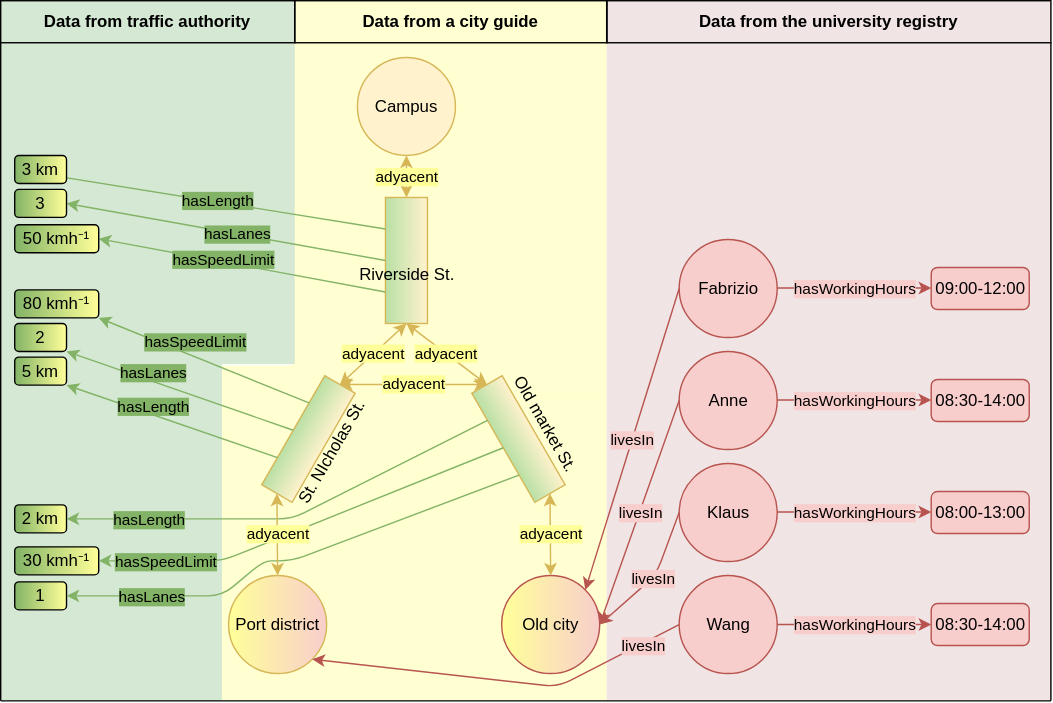
Before: docs/source/_static/img/mergedlinkeddata.svg, a diagram exported from draw.io (simphony/docs). Source tidied: cells renumbered, new cells last; positions are measured from the earlier drawing's top-left corner, leaving out a move shared by most shapes.
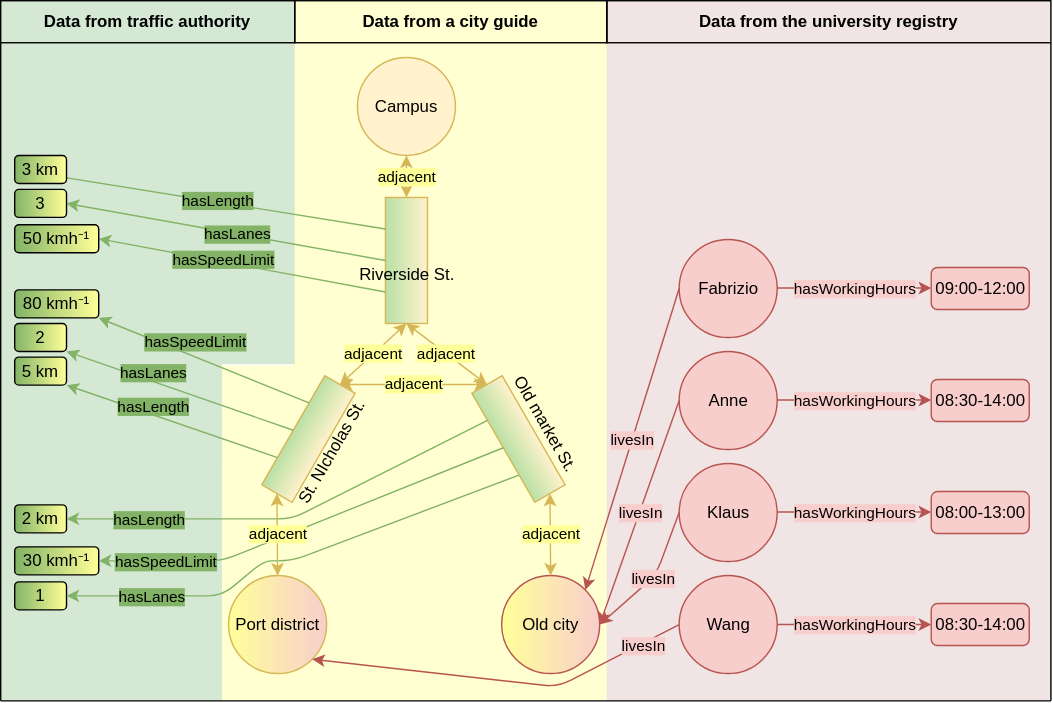
After the commit.

Commit message:
Code review: fix typo in linked data picture.

What changed in the source:
```diff
@@ -125,7 +125,7 @@
     <mxCell id="35" value="Old market St." style="rounded=0;html=1;rotation=60;spacingBottom=44;fillColor=#fff2cc;strokeColor=#d6b656;gradientDirection=south;gradientColor=#B9E0A5;" parent="1" vertex="1">
       <mxGeometry x="324.8" y="300.5" width="90" height="25" as="geometry" />
     </mxCell>
-    <mxCell id="36" value="&lt;font color=&quot;#000000&quot;&gt;adyacent&lt;/font&gt;" style="endArrow=classic;startArrow=classic;html=1;fontColor=#FFFF99;exitX=1;exitY=0.5;exitDx=0;exitDy=0;entryX=0.5;entryY=0;entryDx=0;entryDy=0;fillColor=#fff2cc;strokeColor=#d6b656;labelBackgroundColor=#FFFF99;" parent="1" edge="1" source="35" target="8">
+    <mxCell id="36" value="&lt;font color=&quot;#000000&quot;&gt;adjacent&lt;/font&gt;" style="endArrow=classic;startArrow=classic;html=1;fontColor=#FFFF99;exitX=1;exitY=0.5;exitDx=0;exitDy=0;entryX=0.5;entryY=0;entryDx=0;entryDy=0;fillColor=#fff2cc;strokeColor=#d6b656;labelBackgroundColor=#FFFF99;" parent="1" edge="1" source="35" target="8">
       <mxGeometry relative="1" as="geometry" />
     </mxCell>
     <mxCell id="37" value="Riverside St." style="rounded=0;html=1;rotation=0;spacingBottom=-21;fillColor=#fff2cc;strokeColor=#d6b656;spacingLeft=0;gradientDirection=west;gradientColor=#B9E0A5;" parent="1" vertex="1">
@@ -134,16 +134,16 @@
     <mxCell id="38" value="Campus" style="ellipse;whiteSpace=wrap;html=1;fillColor=#fff2cc;strokeColor=#d6b656;" parent="1" vertex="1">
       <mxGeometry x="254.8" y="40.5" width="70" height="70" as="geometry" />
     </mxCell>
-    <mxCell id="39" value="&lt;font color=&quot;#000000&quot;&gt;adyacent&lt;/font&gt;" style="endArrow=classic;startArrow=classic;html=1;fontColor=#FFFF99;entryX=1;entryY=0.5;entryDx=0;entryDy=0;exitX=0.5;exitY=1;exitDx=0;exitDy=0;fillColor=#fff2cc;strokeColor=#d6b656;labelBackgroundColor=#FFFF99;" parent="1" edge="1" source="37" target="34">
+    <mxCell id="39" value="&lt;font color=&quot;#000000&quot;&gt;adjacent&lt;/font&gt;" style="endArrow=classic;startArrow=classic;html=1;fontColor=#FFFF99;entryX=1;entryY=0.5;entryDx=0;entryDy=0;exitX=0.5;exitY=1;exitDx=0;exitDy=0;fillColor=#fff2cc;strokeColor=#d6b656;labelBackgroundColor=#FFFF99;" parent="1" edge="1" source="37" target="34">
       <mxGeometry relative="1" as="geometry" />
     </mxCell>
-    <mxCell id="40" value="&lt;font color=&quot;#000000&quot;&gt;adyacent&lt;/font&gt;" style="endArrow=classic;startArrow=classic;html=1;fontColor=#FFFF99;entryX=0;entryY=0.5;entryDx=0;entryDy=0;exitX=0.5;exitY=1;exitDx=0;exitDy=0;fillColor=#fff2cc;strokeColor=#d6b656;labelBackgroundColor=#FFFF99;" parent="1" edge="1" source="37" target="35">
+    <mxCell id="40" value="&lt;font color=&quot;#000000&quot;&gt;adjacent&lt;/font&gt;" style="endArrow=classic;startArrow=classic;html=1;fontColor=#FFFF99;entryX=0;entryY=0.5;entryDx=0;entryDy=0;exitX=0.5;exitY=1;exitDx=0;exitDy=0;fillColor=#fff2cc;strokeColor=#d6b656;labelBackgroundColor=#FFFF99;" parent="1" edge="1" source="37" target="35">
       <mxGeometry relative="1" as="geometry" />
     </mxCell>
-    <mxCell id="41" value="&lt;font color=&quot;#000000&quot;&gt;adyacent&lt;/font&gt;" style="endArrow=classic;startArrow=classic;html=1;fontColor=#FFFF99;entryX=0;entryY=0.5;entryDx=0;entryDy=0;exitX=1;exitY=0.5;exitDx=0;exitDy=0;fillColor=#fff2cc;strokeColor=#d6b656;labelBackgroundColor=#FFFF99;" parent="1" edge="1" source="34" target="35">
+    <mxCell id="41" value="&lt;font color=&quot;#000000&quot;&gt;adjacent&lt;/font&gt;" style="endArrow=classic;startArrow=classic;html=1;fontColor=#FFFF99;entryX=0;entryY=0.5;entryDx=0;entryDy=0;exitX=1;exitY=0.5;exitDx=0;exitDy=0;fillColor=#fff2cc;strokeColor=#d6b656;labelBackgroundColor=#FFFF99;" parent="1" edge="1" source="34" target="35">
       <mxGeometry relative="1" as="geometry" />
     </mxCell>
-    <mxCell id="42" value="&lt;font color=&quot;#000000&quot;&gt;adyacent&lt;/font&gt;" style="endArrow=classic;startArrow=classic;html=1;fontColor=#FFFF99;entryX=0.5;entryY=0;entryDx=0;entryDy=0;exitX=0.5;exitY=1;exitDx=0;exitDy=0;fillColor=#fff2cc;strokeColor=#d6b656;labelBackgroundColor=#FFFF99;" parent="1" edge="1" source="38" target="37">
+    <mxCell id="42" value="&lt;font color=&quot;#000000&quot;&gt;adjacent&lt;/font&gt;" style="endArrow=classic;startArrow=classic;html=1;fontColor=#FFFF99;entryX=0.5;entryY=0;entryDx=0;entryDy=0;exitX=0.5;exitY=1;exitDx=0;exitDy=0;fillColor=#fff2cc;strokeColor=#d6b656;labelBackgroundColor=#FFFF99;" parent="1" edge="1" source="38" target="37">
       <mxGeometry relative="1" as="geometry" />
     </mxCell>
     <mxCell id="43" style="endArrow=classic;html=1;fontColor=#FFFF99;exitX=0;exitY=0.25;exitDx=0;exitDy=0;fillColor=#d5e8d4;strokeColor=#82b366;entryX=0;entryY=0.5;entryDx=0;entryDy=0;" parent="1" edge="1" source="37" target="45">
@@ -258,7 +258,7 @@
         <mxPoint x="-115.4" y="31.9" as="offset" />
       </mxGeometry>
     </mxCell>
-    <mxCell id="70" value="&lt;font color=&quot;#000000&quot;&gt;adyacent&lt;/font&gt;" style="endArrow=classic;startArrow=classic;html=1;fontColor=#FFFF99;entryX=0.5;entryY=0;entryDx=0;entryDy=0;exitX=0;exitY=0.5;exitDx=0;exitDy=0;fillColor=#fff2cc;strokeColor=#d6b656;labelBackgroundColor=#FFFF99;" parent="1" edge="1" source="34" target="9">
+    <mxCell id="70" value="&lt;font color=&quot;#000000&quot;&gt;adjacent&lt;/font&gt;" style="endArrow=classic;startArrow=classic;html=1;fontColor=#FFFF99;entryX=0.5;entryY=0;entryDx=0;entryDy=0;exitX=0;exitY=0.5;exitDx=0;exitDy=0;fillColor=#fff2cc;strokeColor=#d6b656;labelBackgroundColor=#FFFF99;" parent="1" edge="1" source="34" target="9">
       <mxGeometry relative="1" as="geometry" />
     </mxCell>
     <mxCell id="71" value="&lt;span style=&quot;&quot;&gt;Data from traffic authority&lt;/span&gt;" style="text;html=1;align=center;verticalAlign=middle;whiteSpace=wrap;rounded=0;labelBackgroundColor=none;fontStyle=1;strokeColor=#000000;" parent="1" vertex="1">
```
